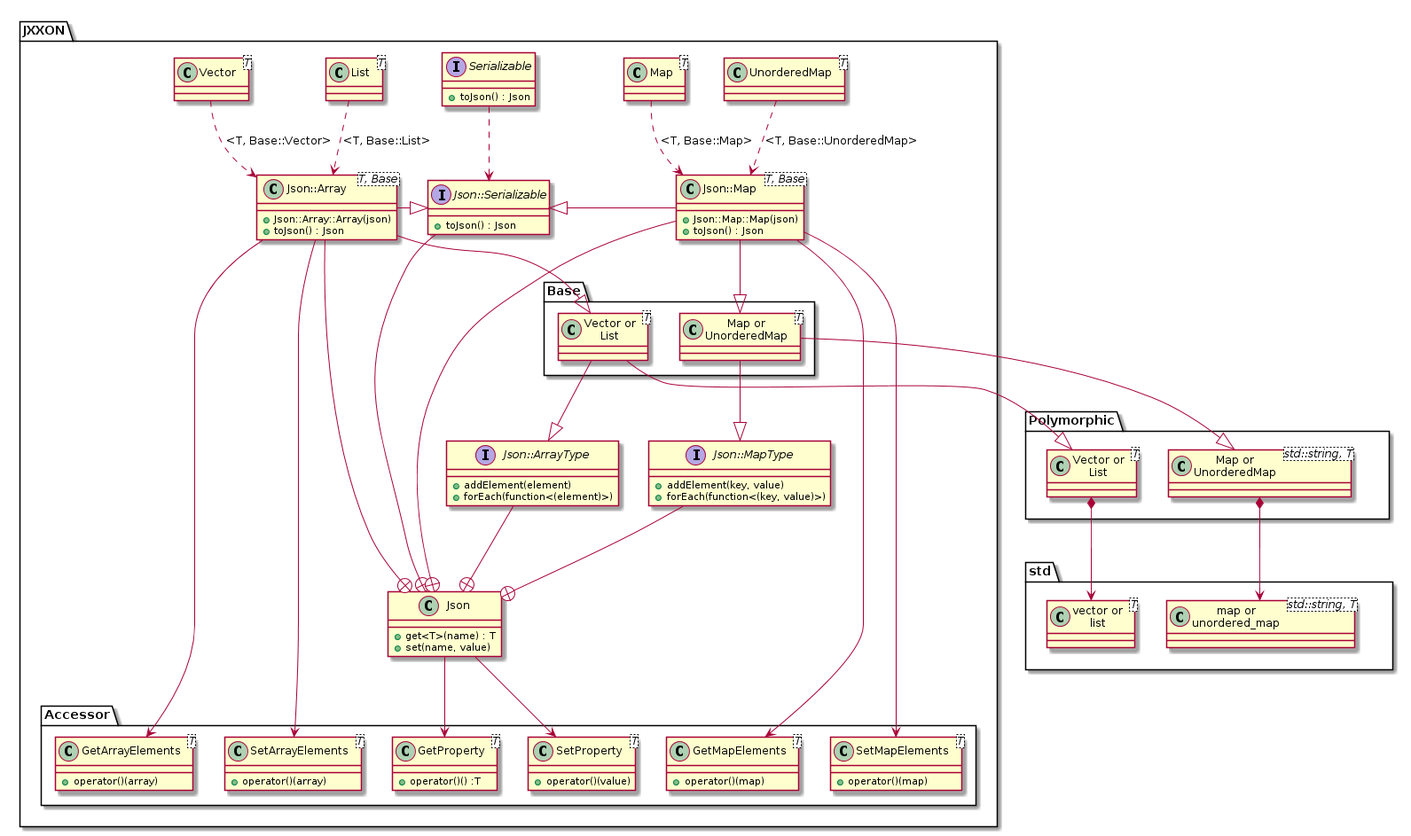
This is docs/class-diagram.png from jxx-project/JXXON, a PlantUML export, as it was before one commit.
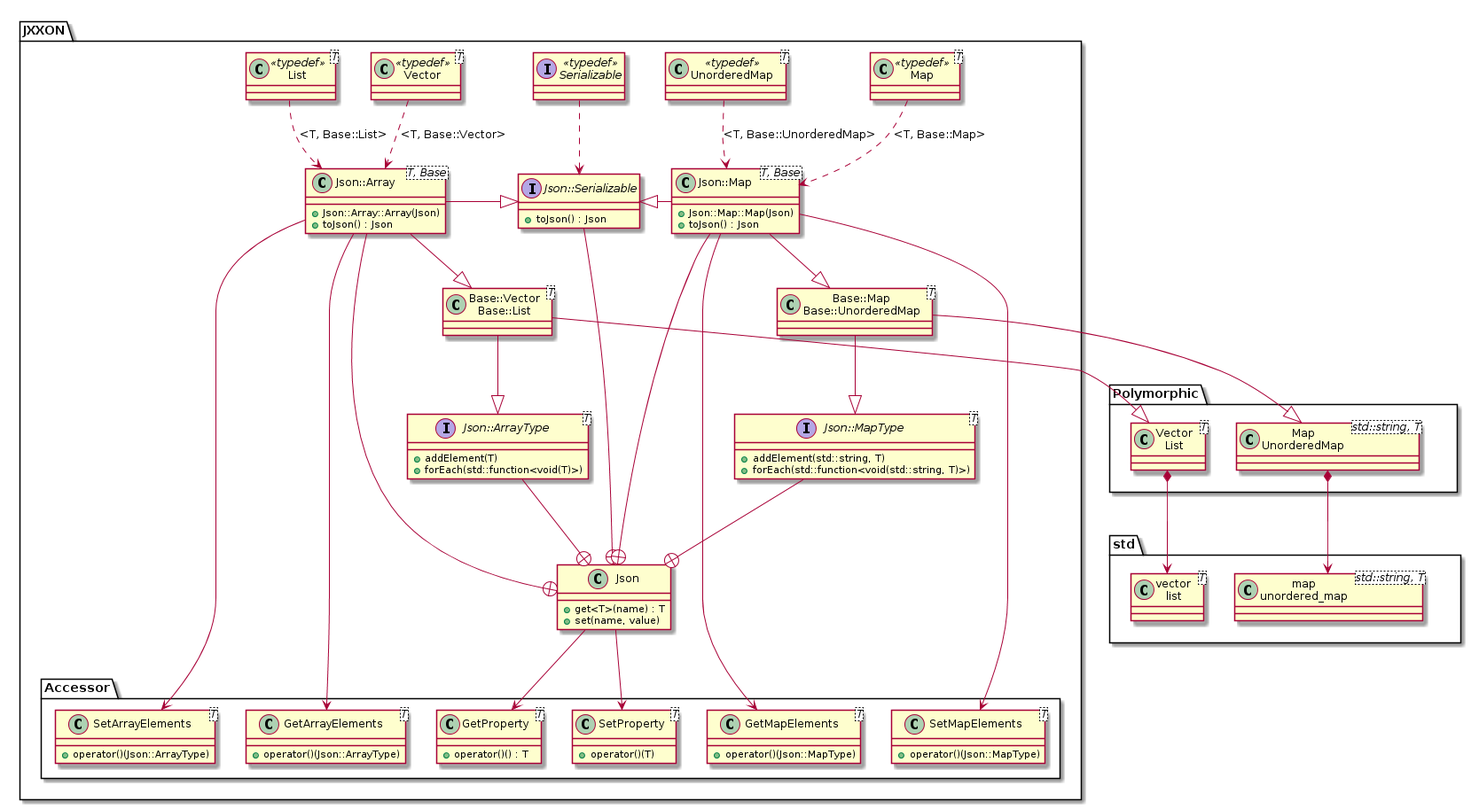
After the change.

Commit message:
Update class diagram: Use typedef stereotype and more meaningful method parameters.

Change to the diagram source:
```diff
@@ -1,13 +1,13 @@
 @startuml
 
 namespace std {
-	class "vector or\nlist<T>" as ArrayBase
-	class "map or\nunordered_map<std::string, T>" as MapBase
+	class "vector\nlist<T>" as ArrayBase
+	class "map\nunordered_map<std::string, T>" as MapBase
 }
 
 namespace Polymorphic {
-	class "Vector or\nList<T>" as ArrayBase
-	class "Map or\nUnorderedMap<std::string, T>" as MapBase
+	class "Vector\nList<T>" as ArrayBase
+	class "Map\nUnorderedMap<std::string, T>" as MapBase
 	ArrayBase *-> std.ArrayBase
 	MapBase *-> std.MapBase
 }
@@ -25,88 +25,84 @@
 	}
 	Json_Serializable --+ Json
 
-	interface Serializable {
-		+toJson() : Json
-	}
+	interface Serializable << typedef >>
 	Serializable ..> Json_Serializable
 
-	interface "Json::ArrayType" as Json_ArrayType {
-		+addElement(element)
-		+forEach(function<(element)>)
+	interface "Json::ArrayType<T>" as Json_ArrayType {
+		+addElement(T)
+		+forEach(std::function<void(T)>)
 	}
 	Json_ArrayType --+ Json
 
-	interface "Json::MapType" as Json_MapType {
-		+addElement(key, value)
-		+forEach(function<(key, value)>)
+	interface "Json::MapType<T>" as Json_MapType {
+		+addElement(std::string, T)
+		+forEach(std::function<void(std::string, T)>)
 	}
 	Json_MapType --+ Json
 
-	namespace Base {
-		class "Vector or\nList<T>" as ArrayBase
-		class "Map or\nUnorderedMap<T>" as MapBase
-		ArrayBase --|> Polymorphic.ArrayBase
-		ArrayBase --|> JXXON.Json_ArrayType
-		MapBase --|> Polymorphic.MapBase
-		MapBase --|> JXXON.Json_MapType
-	}
+	class "Base::Vector\nBase::List<T>" as ArrayBase
+	class "Base::Map\nBase::UnorderedMap<T>" as MapBase
+	ArrayBase --|> Polymorphic.ArrayBase
+	ArrayBase --|> JXXON.Json_ArrayType
+	MapBase --|> Polymorphic.MapBase
+	MapBase --|> JXXON.Json_MapType
 
 	class "Json::Array" as Json_Array<T, Base> {
-		+Json::Array::Array(json)
+		+Json::Array::Array(Json)
 		+toJson() : Json
 	}
 	Json_Array --+ Json
 	Json_Array -right-|> Json_Serializable
-	Json_Array --|> JXXON.Base.ArrayBase
+	Json_Array --|> ArrayBase
 
-	class Vector<T>
+	class Vector<T> << typedef >>
 	Vector ..> Json_Array : <T, Base::Vector>
 
-	class List<T>
+	class List<T> << typedef >>
 	List ..> Json_Array : <T, Base::List>
 
 	class "Json::Map" as Json_Map<T, Base> {
-		+Json::Map::Map(json)
+		+Json::Map::Map(Json)
 		+toJson() : Json
 	}
 	Json_Map --+ Json
 	Json_Map -left-|> Json_Serializable
-	Json_Map --|> JXXON.Base.MapBase
+	Json_Map --|> MapBase
 
-	class Map<T>
+	class Map<T> << typedef >>
 	Map ..> Json_Map : <T, Base::Map>
 
-	class UnorderedMap<T>
+	class UnorderedMap<T> << typedef >>
 	UnorderedMap ..> Json_Map : <T, Base::UnorderedMap>
 
 	namespace Accessor {
 		class GetProperty<T> {
-			+operator()() :T
+			+operator()() : T
 		}
 		JXXON.Json --> GetProperty
 
 		class SetProperty<T> {
-			+operator()(value)
+			+operator()(T)
 		}
 		JXXON.Json --> SetProperty
 
 		class GetArrayElements<T> {
-			+operator()(array)
+			+operator()(Json::ArrayType)
 		}
 		JXXON.Json_Array --> GetArrayElements
 
 		class SetArrayElements<T> {
-			+operator()(array)
+			+operator()(Json::ArrayType)
 		}
 		JXXON.Json_Array --> SetArrayElements
 
 		class GetMapElements<T> {
-			+operator()(map)
+			+operator()(Json::MapType)
 		}
 		JXXON.Json_Map --> GetMapElements
 
 		class SetMapElements<T> {
-			+operator()(map)
+			+operator()(Json::MapType)
 		}
 		JXXON.Json_Map --> SetMapElements
 	}
```
